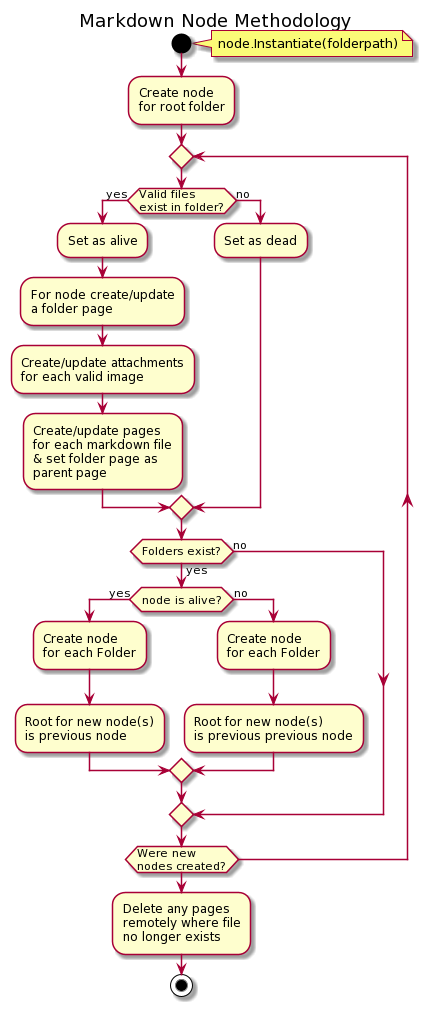
Before: node.png, a diagram exported from PlantUML (xiatechs/markdown-to-confluence).
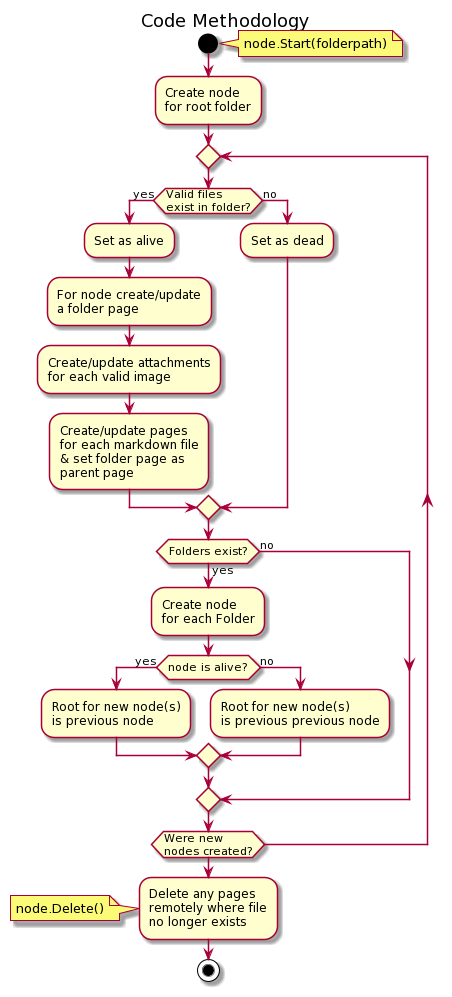
The same diagram one commit later.

Change to the diagram source:
```diff
@@ -1,9 +1,9 @@
 @startuml
-title Markdown Node Methodology
+title Code Methodology
 
 
 start
-note right: node.Instantiate(folderpath)
+note right: node.Start(folderpath)
 :Create node
 for root folder;
 
@@ -25,14 +25,12 @@
   :Set as dead;
 endif
 if (Folders exist?) then (yes)
-if (node is alive?) then (yes)
   :Create node
   for each Folder;
+if (node is alive?) then (yes)
   :Root for new node(s)
   is previous node;
 else (no)
-  :Create node
-  for each Folder;
    :Root for new node(s)
   is previous previous node;
 endif
@@ -43,5 +41,6 @@
 :Delete any pages
 remotely where file
 no longer exists;
+note left: node.Delete()
 stop
 @enduml
```
